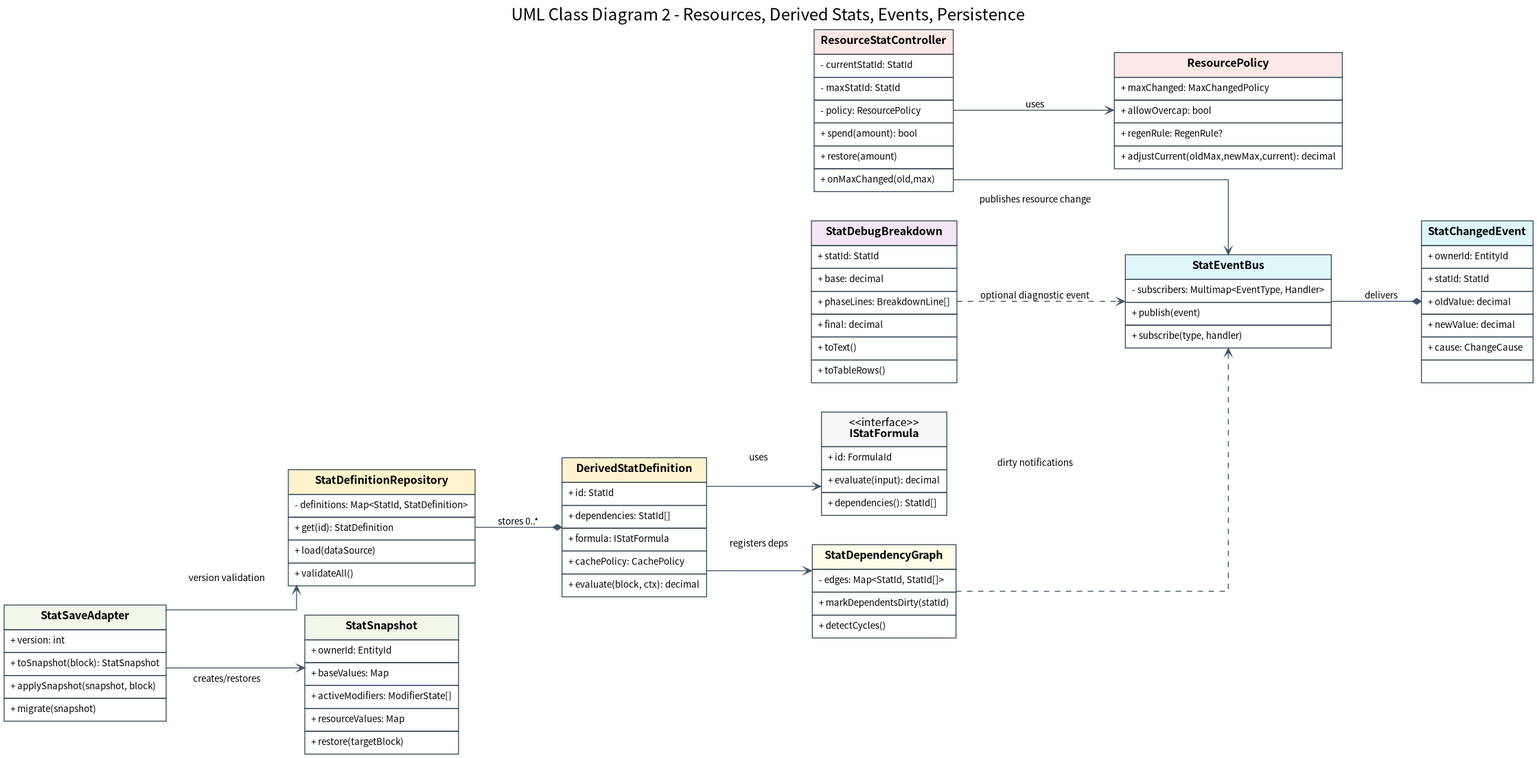
Earlier version of the Graphviz export assets/diagrams/02_extension_class_diagram.png (JY-LemongO/game-system-framework-knowledge-site). Its source is kept beside it as source/diagrams/02_extension_class_diagram.dot. Source of this version:
```dot
digraph ExtensionClassDiagram {
	graph [bgcolor=white fontname="Noto Sans CJK KR" fontsize=18 label="UML Class Diagram 2 - Resources, Derived Stats, Events, Persistence" labelloc=t nodesep=0.45 rankdir=LR ranksep=0.7 splines=ortho]
	node [fontname="Noto Sans CJK KR" shape=plain]
	edge [arrowsize=0.8 color="#425466" fontname="Noto Sans CJK KR" fontsize=10]
	StatDefinitionRepository [label=<
<TABLE BORDER="0" CELLBORDER="1" CELLSPACING="0" CELLPADDING="6" COLOR="#3B4A5A">
<TR><TD BGCOLOR="#FFF3CD"><FONT POINT-SIZE="12"><B>StatDefinitionRepository</B></FONT></TD></TR>
<TR><TD ALIGN="LEFT"><FONT POINT-SIZE="10">- definitions: Map&lt;StatId, StatDefinition&gt;</FONT></TD></TR>
<TR><TD ALIGN="LEFT"><FONT POINT-SIZE="10">+ get(id): StatDefinition</FONT></TD></TR><TR><TD ALIGN="LEFT"><FONT POINT-SIZE="10">+ load(dataSource)</FONT></TD></TR><TR><TD ALIGN="LEFT"><FONT POINT-SIZE="10">+ validateAll()</FONT></TD></TR>
</TABLE>
>]
	DerivedStatDefinition [label=<
<TABLE BORDER="0" CELLBORDER="1" CELLSPACING="0" CELLPADDING="6" COLOR="#3B4A5A">
<TR><TD BGCOLOR="#FFF3CD"><FONT POINT-SIZE="12"><B>DerivedStatDefinition</B></FONT></TD></TR>
<TR><TD ALIGN="LEFT"><FONT POINT-SIZE="10">+ id: StatId</FONT></TD></TR><TR><TD ALIGN="LEFT"><FONT POINT-SIZE="10">+ dependencies: StatId[]</FONT></TD></TR><TR><TD ALIGN="LEFT"><FONT POINT-SIZE="10">+ formula: IStatFormula</FONT></TD></TR><TR><TD ALIGN="LEFT"><FONT POINT-SIZE="10">+ cachePolicy: CachePolicy</FONT></TD></TR>
<TR><TD ALIGN="LEFT"><FONT POINT-SIZE="10">+ evaluate(block, ctx): decimal</FONT></TD></TR>
</TABLE>
>]
	IStatFormula [label=<
<TABLE BORDER="0" CELLBORDER="1" CELLSPACING="0" CELLPADDING="6" COLOR="#3B4A5A">
<TR><TD BGCOLOR="#F7F7F7"><FONT POINT-SIZE="12">&lt;&lt;interface&gt;&gt;<BR/><B>IStatFormula</B></FONT></TD></TR>
<TR><TD ALIGN="LEFT"><FONT POINT-SIZE="10">+ id: FormulaId</FONT></TD></TR>
<TR><TD ALIGN="LEFT"><FONT POINT-SIZE="10">+ evaluate(input): decimal</FONT></TD></TR><TR><TD ALIGN="LEFT"><FONT POINT-SIZE="10">+ dependencies(): StatId[]</FONT></TD></TR>
</TABLE>
>]
	ResourceController [label=<
<TABLE BORDER="0" CELLBORDER="1" CELLSPACING="0" CELLPADDING="6" COLOR="#3B4A5A">
<TR><TD BGCOLOR="#FCE8E6"><FONT POINT-SIZE="12"><B>ResourceStatController</B></FONT></TD></TR>
<TR><TD ALIGN="LEFT"><FONT POINT-SIZE="10">- currentStatId: StatId</FONT></TD></TR><TR><TD ALIGN="LEFT"><FONT POINT-SIZE="10">- maxStatId: StatId</FONT></TD></TR><TR><TD ALIGN="LEFT"><FONT POINT-SIZE="10">- policy: ResourcePolicy</FONT></TD></TR>
<TR><TD ALIGN="LEFT"><FONT POINT-SIZE="10">+ spend(amount): bool</FONT></TD></TR><TR><TD ALIGN="LEFT"><FONT POINT-SIZE="10">+ restore(amount)</FONT></TD></TR><TR><TD ALIGN="LEFT"><FONT POINT-SIZE="10">+ onMaxChanged(old,max)</FONT></TD></TR>
</TABLE>
>]
	ResourcePolicy [label=<
<TABLE BORDER="0" CELLBORDER="1" CELLSPACING="0" CELLPADDING="6" COLOR="#3B4A5A">
<TR><TD BGCOLOR="#FCE8E6"><FONT POINT-SIZE="12"><B>ResourcePolicy</B></FONT></TD></TR>
<TR><TD ALIGN="LEFT"><FONT POINT-SIZE="10">+ maxChanged: MaxChangedPolicy</FONT></TD></TR><TR><TD ALIGN="LEFT"><FONT POINT-SIZE="10">+ allowOvercap: bool</FONT></TD></TR><TR><TD ALIGN="LEFT"><FONT POINT-SIZE="10">+ regenRule: RegenRule?</FONT></TD></TR>
<TR><TD ALIGN="LEFT"><FONT POINT-SIZE="10">+ adjustCurrent(oldMax,newMax,current): decimal</FONT></TD></TR>
</TABLE>
>]
	StatEventBus [label=<
<TABLE BORDER="0" CELLBORDER="1" CELLSPACING="0" CELLPADDING="6" COLOR="#3B4A5A">
<TR><TD BGCOLOR="#E0F7FA"><FONT POINT-SIZE="12"><B>StatEventBus</B></FONT></TD></TR>
<TR><TD ALIGN="LEFT"><FONT POINT-SIZE="10">- subscribers: Multimap&lt;EventType, Handler&gt;</FONT></TD></TR>
<TR><TD ALIGN="LEFT"><FONT POINT-SIZE="10">+ publish(event)</FONT></TD></TR><TR><TD ALIGN="LEFT"><FONT POINT-SIZE="10">+ subscribe(type, handler)</FONT></TD></TR>
</TABLE>
>]
	StatChangedEvent [label=<
<TABLE BORDER="0" CELLBORDER="1" CELLSPACING="0" CELLPADDING="6" COLOR="#3B4A5A">
<TR><TD BGCOLOR="#E0F7FA"><FONT POINT-SIZE="12"><B>StatChangedEvent</B></FONT></TD></TR>
<TR><TD ALIGN="LEFT"><FONT POINT-SIZE="10">+ ownerId: EntityId</FONT></TD></TR><TR><TD ALIGN="LEFT"><FONT POINT-SIZE="10">+ statId: StatId</FONT></TD></TR><TR><TD ALIGN="LEFT"><FONT POINT-SIZE="10">+ oldValue: decimal</FONT></TD></TR><TR><TD ALIGN="LEFT"><FONT POINT-SIZE="10">+ newValue: decimal</FONT></TD></TR><TR><TD ALIGN="LEFT"><FONT POINT-SIZE="10">+ cause: ChangeCause</FONT></TD></TR>
<TR><TD ALIGN="LEFT"><FONT POINT-SIZE="10"> </FONT></TD></TR>
</TABLE>
>]
	StatSnapshot [label=<
<TABLE BORDER="0" CELLBORDER="1" CELLSPACING="0" CELLPADDING="6" COLOR="#3B4A5A">
<TR><TD BGCOLOR="#F1F8E9"><FONT POINT-SIZE="12"><B>StatSnapshot</B></FONT></TD></TR>
<TR><TD ALIGN="LEFT"><FONT POINT-SIZE="10">+ ownerId: EntityId</FONT></TD></TR><TR><TD ALIGN="LEFT"><FONT POINT-SIZE="10">+ baseValues: Map</FONT></TD></TR><TR><TD ALIGN="LEFT"><FONT POINT-SIZE="10">+ activeModifiers: ModifierState[]</FONT></TD></TR><TR><TD ALIGN="LEFT"><FONT POINT-SIZE="10">+ resourceValues: Map</FONT></TD></TR>
<TR><TD ALIGN="LEFT"><FONT POINT-SIZE="10">+ restore(targetBlock)</FONT></TD></TR>
</TABLE>
>]
	StatSaveAdapter [label=<
<TABLE BORDER="0" CELLBORDER="1" CELLSPACING="0" CELLPADDING="6" COLOR="#3B4A5A">
<TR><TD BGCOLOR="#F1F8E9"><FONT POINT-SIZE="12"><B>StatSaveAdapter</B></FONT></TD></TR>
<TR><TD ALIGN="LEFT"><FONT POINT-SIZE="10">+ version: int</FONT></TD></TR>
<TR><TD ALIGN="LEFT"><FONT POINT-SIZE="10">+ toSnapshot(block): StatSnapshot</FONT></TD></TR><TR><TD ALIGN="LEFT"><FONT POINT-SIZE="10">+ applySnapshot(snapshot, block)</FONT></TD></TR><TR><TD ALIGN="LEFT"><FONT POINT-SIZE="10">+ migrate(snapshot)</FONT></TD></TR>
</TABLE>
>]
	DebugBreakdown [label=<
<TABLE BORDER="0" CELLBORDER="1" CELLSPACING="0" CELLPADDING="6" COLOR="#3B4A5A">
<TR><TD BGCOLOR="#F3E5F5"><FONT POINT-SIZE="12"><B>StatDebugBreakdown</B></FONT></TD></TR>
<TR><TD ALIGN="LEFT"><FONT POINT-SIZE="10">+ statId: StatId</FONT></TD></TR><TR><TD ALIGN="LEFT"><FONT POINT-SIZE="10">+ base: decimal</FONT></TD></TR><TR><TD ALIGN="LEFT"><FONT POINT-SIZE="10">+ phaseLines: BreakdownLine[]</FONT></TD></TR><TR><TD ALIGN="LEFT"><FONT POINT-SIZE="10">+ final: decimal</FONT></TD></TR>
<TR><TD ALIGN="LEFT"><FONT POINT-SIZE="10">+ toText()</FONT></TD></TR><TR><TD ALIGN="LEFT"><FONT POINT-SIZE="10">+ toTableRows()</FONT></TD></TR>
</TABLE>
>]
	StatDependencyGraph [label=<
<TABLE BORDER="0" CELLBORDER="1" CELLSPACING="0" CELLPADDING="6" COLOR="#3B4A5A">
<TR><TD BGCOLOR="#FFFDE7"><FONT POINT-SIZE="12"><B>StatDependencyGraph</B></FONT></TD></TR>
<TR><TD ALIGN="LEFT"><FONT POINT-SIZE="10">- edges: Map&lt;StatId, StatId[]&gt;</FONT></TD></TR>
<TR><TD ALIGN="LEFT"><FONT POINT-SIZE="10">+ markDependentsDirty(statId)</FONT></TD></TR><TR><TD ALIGN="LEFT"><FONT POINT-SIZE="10">+ detectCycles()</FONT></TD></TR>
</TABLE>
>]
	StatDefinitionRepository -> DerivedStatDefinition [label="stores 0..*" arrowhead=diamond]
	DerivedStatDefinition -> IStatFormula [label=uses arrowhead=vee]
	DerivedStatDefinition -> StatDependencyGraph [label="registers deps" arrowhead=vee]
	ResourceController -> ResourcePolicy [label=uses arrowhead=vee]
	ResourceController -> StatEventBus [label="publishes resource change" arrowhead=vee]
	StatEventBus -> StatChangedEvent [label=delivers arrowhead=diamond]
	StatSaveAdapter -> StatSnapshot [label="creates/restores" arrowhead=vee]
	StatSaveAdapter -> StatDefinitionRepository [label="version validation" arrowhead=vee]
	DebugBreakdown -> StatEventBus [label="optional diagnostic event" arrowhead=vee style=dashed]
	StatDependencyGraph -> StatEventBus [label="dirty notifications" arrowhead=vee style=dashed]
}
```
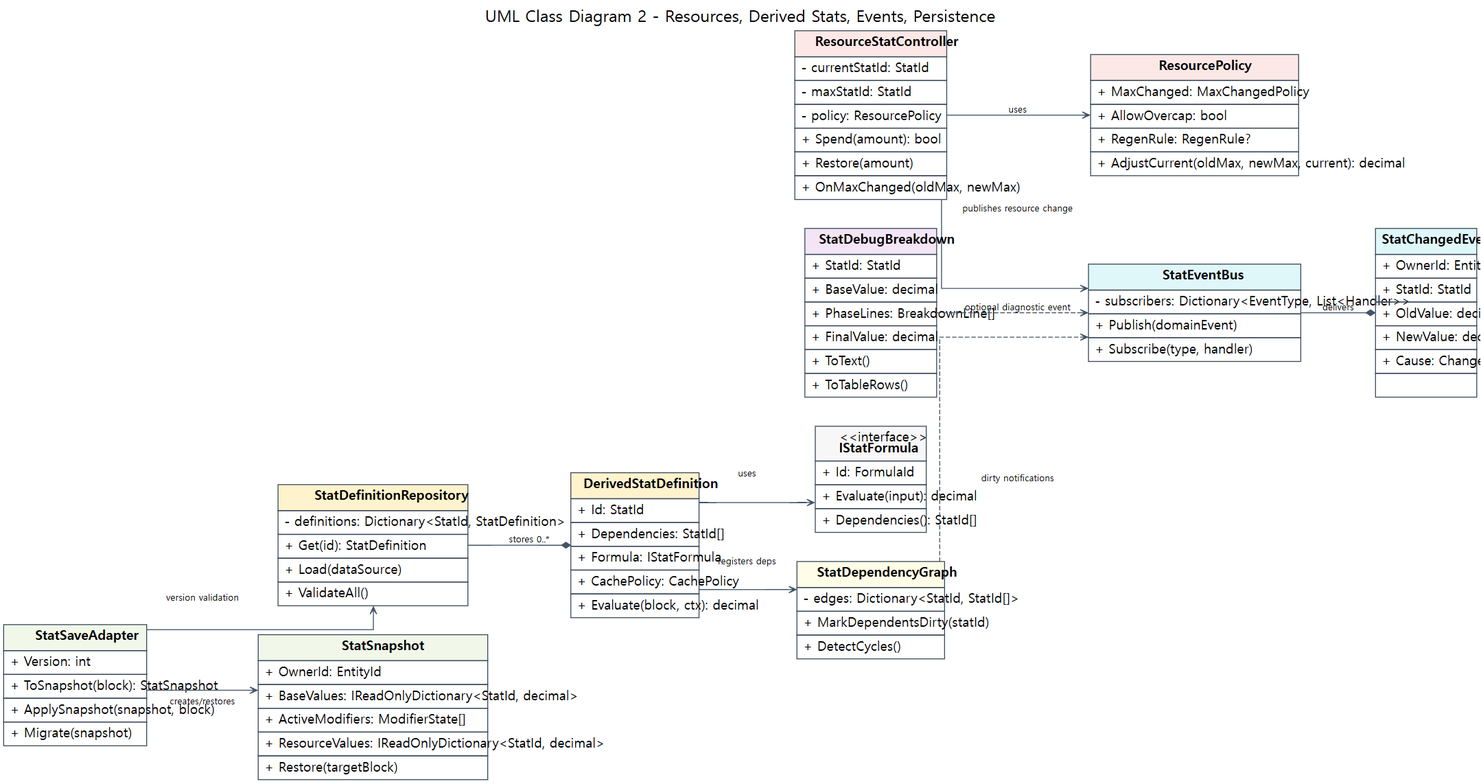
After the change.

The edit, as a diff of the source:
```diff
@@ -5,78 +5,78 @@
 	StatDefinitionRepository [label=<
 <TABLE BORDER="0" CELLBORDER="1" CELLSPACING="0" CELLPADDING="6" COLOR="#3B4A5A">
 <TR><TD BGCOLOR="#FFF3CD"><FONT POINT-SIZE="12"><B>StatDefinitionRepository</B></FONT></TD></TR>
-<TR><TD ALIGN="LEFT"><FONT POINT-SIZE="10">- definitions: Map&lt;StatId, StatDefinition&gt;</FONT></TD></TR>
-<TR><TD ALIGN="LEFT"><FONT POINT-SIZE="10">+ get(id): StatDefinition</FONT></TD></TR><TR><TD ALIGN="LEFT"><FONT POINT-SIZE="10">+ load(dataSource)</FONT></TD></TR><TR><TD ALIGN="LEFT"><FONT POINT-SIZE="10">+ validateAll()</FONT></TD></TR>
+<TR><TD ALIGN="LEFT"><FONT POINT-SIZE="10">- definitions: Dictionary&lt;StatId, StatDefinition&gt;</FONT></TD></TR>
+<TR><TD ALIGN="LEFT"><FONT POINT-SIZE="10">+ Get(id): StatDefinition</FONT></TD></TR><TR><TD ALIGN="LEFT"><FONT POINT-SIZE="10">+ Load(dataSource)</FONT></TD></TR><TR><TD ALIGN="LEFT"><FONT POINT-SIZE="10">+ ValidateAll()</FONT></TD></TR>
 </TABLE>
 >]
 	DerivedStatDefinition [label=<
 <TABLE BORDER="0" CELLBORDER="1" CELLSPACING="0" CELLPADDING="6" COLOR="#3B4A5A">
 <TR><TD BGCOLOR="#FFF3CD"><FONT POINT-SIZE="12"><B>DerivedStatDefinition</B></FONT></TD></TR>
-<TR><TD ALIGN="LEFT"><FONT POINT-SIZE="10">+ id: StatId</FONT></TD></TR><TR><TD ALIGN="LEFT"><FONT POINT-SIZE="10">+ dependencies: StatId[]</FONT></TD></TR><TR><TD ALIGN="LEFT"><FONT POINT-SIZE="10">+ formula: IStatFormula</FONT></TD></TR><TR><TD ALIGN="LEFT"><FONT POINT-SIZE="10">+ cachePolicy: CachePolicy</FONT></TD></TR>
-<TR><TD ALIGN="LEFT"><FONT POINT-SIZE="10">+ evaluate(block, ctx): decimal</FONT></TD></TR>
+<TR><TD ALIGN="LEFT"><FONT POINT-SIZE="10">+ Id: StatId</FONT></TD></TR><TR><TD ALIGN="LEFT"><FONT POINT-SIZE="10">+ Dependencies: StatId[]</FONT></TD></TR><TR><TD ALIGN="LEFT"><FONT POINT-SIZE="10">+ Formula: IStatFormula</FONT></TD></TR><TR><TD ALIGN="LEFT"><FONT POINT-SIZE="10">+ CachePolicy: CachePolicy</FONT></TD></TR>
+<TR><TD ALIGN="LEFT"><FONT POINT-SIZE="10">+ Evaluate(block, ctx): decimal</FONT></TD></TR>
 </TABLE>
 >]
 	IStatFormula [label=<
 <TABLE BORDER="0" CELLBORDER="1" CELLSPACING="0" CELLPADDING="6" COLOR="#3B4A5A">
 <TR><TD BGCOLOR="#F7F7F7"><FONT POINT-SIZE="12">&lt;&lt;interface&gt;&gt;<BR/><B>IStatFormula</B></FONT></TD></TR>
-<TR><TD ALIGN="LEFT"><FONT POINT-SIZE="10">+ id: FormulaId</FONT></TD></TR>
-<TR><TD ALIGN="LEFT"><FONT POINT-SIZE="10">+ evaluate(input): decimal</FONT></TD></TR><TR><TD ALIGN="LEFT"><FONT POINT-SIZE="10">+ dependencies(): StatId[]</FONT></TD></TR>
+<TR><TD ALIGN="LEFT"><FONT POINT-SIZE="10">+ Id: FormulaId</FONT></TD></TR>
+<TR><TD ALIGN="LEFT"><FONT POINT-SIZE="10">+ Evaluate(input): decimal</FONT></TD></TR><TR><TD ALIGN="LEFT"><FONT POINT-SIZE="10">+ Dependencies(): StatId[]</FONT></TD></TR>
 </TABLE>
 >]
 	ResourceController [label=<
 <TABLE BORDER="0" CELLBORDER="1" CELLSPACING="0" CELLPADDING="6" COLOR="#3B4A5A">
 <TR><TD BGCOLOR="#FCE8E6"><FONT POINT-SIZE="12"><B>ResourceStatController</B></FONT></TD></TR>
 <TR><TD ALIGN="LEFT"><FONT POINT-SIZE="10">- currentStatId: StatId</FONT></TD></TR><TR><TD ALIGN="LEFT"><FONT POINT-SIZE="10">- maxStatId: StatId</FONT></TD></TR><TR><TD ALIGN="LEFT"><FONT POINT-SIZE="10">- policy: ResourcePolicy</FONT></TD></TR>
-<TR><TD ALIGN="LEFT"><FONT POINT-SIZE="10">+ spend(amount): bool</FONT></TD></TR><TR><TD ALIGN="LEFT"><FONT POINT-SIZE="10">+ restore(amount)</FONT></TD></TR><TR><TD ALIGN="LEFT"><FONT POINT-SIZE="10">+ onMaxChanged(old,max)</FONT></TD></TR>
+<TR><TD ALIGN="LEFT"><FONT POINT-SIZE="10">+ Spend(amount): bool</FONT></TD></TR><TR><TD ALIGN="LEFT"><FONT POINT-SIZE="10">+ Restore(amount)</FONT></TD></TR><TR><TD ALIGN="LEFT"><FONT POINT-SIZE="10">+ OnMaxChanged(oldMax, newMax)</FONT></TD></TR>
 </TABLE>
 >]
 	ResourcePolicy [label=<
 <TABLE BORDER="0" CELLBORDER="1" CELLSPACING="0" CELLPADDING="6" COLOR="#3B4A5A">
 <TR><TD BGCOLOR="#FCE8E6"><FONT POINT-SIZE="12"><B>ResourcePolicy</B></FONT></TD></TR>
-<TR><TD ALIGN="LEFT"><FONT POINT-SIZE="10">+ maxChanged: MaxChangedPolicy</FONT></TD></TR><TR><TD ALIGN="LEFT"><FONT POINT-SIZE="10">+ allowOvercap: bool</FONT></TD></TR><TR><TD ALIGN="LEFT"><FONT POINT-SIZE="10">+ regenRule: RegenRule?</FONT></TD></TR>
-<TR><TD ALIGN="LEFT"><FONT POINT-SIZE="10">+ adjustCurrent(oldMax,newMax,current): decimal</FONT></TD></TR>
+<TR><TD ALIGN="LEFT"><FONT POINT-SIZE="10">+ MaxChanged: MaxChangedPolicy</FONT></TD></TR><TR><TD ALIGN="LEFT"><FONT POINT-SIZE="10">+ AllowOvercap: bool</FONT></TD></TR><TR><TD ALIGN="LEFT"><FONT POINT-SIZE="10">+ RegenRule: RegenRule?</FONT></TD></TR>
+<TR><TD ALIGN="LEFT"><FONT POINT-SIZE="10">+ AdjustCurrent(oldMax, newMax, current): decimal</FONT></TD></TR>
 </TABLE>
 >]
 	StatEventBus [label=<
 <TABLE BORDER="0" CELLBORDER="1" CELLSPACING="0" CELLPADDING="6" COLOR="#3B4A5A">
 <TR><TD BGCOLOR="#E0F7FA"><FONT POINT-SIZE="12"><B>StatEventBus</B></FONT></TD></TR>
-<TR><TD ALIGN="LEFT"><FONT POINT-SIZE="10">- subscribers: Multimap&lt;EventType, Handler&gt;</FONT></TD></TR>
-<TR><TD ALIGN="LEFT"><FONT POINT-SIZE="10">+ publish(event)</FONT></TD></TR><TR><TD ALIGN="LEFT"><FONT POINT-SIZE="10">+ subscribe(type, handler)</FONT></TD></TR>
+<TR><TD ALIGN="LEFT"><FONT POINT-SIZE="10">- subscribers: Dictionary&lt;EventType, List&lt;Handler&gt;&gt;</FONT></TD></TR>
+<TR><TD ALIGN="LEFT"><FONT POINT-SIZE="10">+ Publish(domainEvent)</FONT></TD></TR><TR><TD ALIGN="LEFT"><FONT POINT-SIZE="10">+ Subscribe(type, handler)</FONT></TD></TR>
 </TABLE>
 >]
 	StatChangedEvent [label=<
 <TABLE BORDER="0" CELLBORDER="1" CELLSPACING="0" CELLPADDING="6" COLOR="#3B4A5A">
 <TR><TD BGCOLOR="#E0F7FA"><FONT POINT-SIZE="12"><B>StatChangedEvent</B></FONT></TD></TR>
-<TR><TD ALIGN="LEFT"><FONT POINT-SIZE="10">+ ownerId: EntityId</FONT></TD></TR><TR><TD ALIGN="LEFT"><FONT POINT-SIZE="10">+ statId: StatId</FONT></TD></TR><TR><TD ALIGN="LEFT"><FONT POINT-SIZE="10">+ oldValue: decimal</FONT></TD></TR><TR><TD ALIGN="LEFT"><FONT POINT-SIZE="10">+ newValue: decimal</FONT></TD></TR><TR><TD ALIGN="LEFT"><FONT POINT-SIZE="10">+ cause: ChangeCause</FONT></TD></TR>
+<TR><TD ALIGN="LEFT"><FONT POINT-SIZE="10">+ OwnerId: EntityId</FONT></TD></TR><TR><TD ALIGN="LEFT"><FONT POINT-SIZE="10">+ StatId: StatId</FONT></TD></TR><TR><TD ALIGN="LEFT"><FONT POINT-SIZE="10">+ OldValue: decimal</FONT></TD></TR><TR><TD ALIGN="LEFT"><FONT POINT-SIZE="10">+ NewValue: decimal</FONT></TD></TR><TR><TD ALIGN="LEFT"><FONT POINT-SIZE="10">+ Cause: ChangeCause</FONT></TD></TR>
 <TR><TD ALIGN="LEFT"><FONT POINT-SIZE="10"> </FONT></TD></TR>
 </TABLE>
 >]
 	StatSnapshot [label=<
 <TABLE BORDER="0" CELLBORDER="1" CELLSPACING="0" CELLPADDING="6" COLOR="#3B4A5A">
 <TR><TD BGCOLOR="#F1F8E9"><FONT POINT-SIZE="12"><B>StatSnapshot</B></FONT></TD></TR>
-<TR><TD ALIGN="LEFT"><FONT POINT-SIZE="10">+ ownerId: EntityId</FONT></TD></TR><TR><TD ALIGN="LEFT"><FONT POINT-SIZE="10">+ baseValues: Map</FONT></TD></TR><TR><TD ALIGN="LEFT"><FONT POINT-SIZE="10">+ activeModifiers: ModifierState[]</FONT></TD></TR><TR><TD ALIGN="LEFT"><FONT POINT-SIZE="10">+ resourceValues: Map</FONT></TD></TR>
-<TR><TD ALIGN="LEFT"><FONT POINT-SIZE="10">+ restore(targetBlock)</FONT></TD></TR>
+<TR><TD ALIGN="LEFT"><FONT POINT-SIZE="10">+ OwnerId: EntityId</FONT></TD></TR><TR><TD ALIGN="LEFT"><FONT POINT-SIZE="10">+ BaseValues: IReadOnlyDictionary&lt;StatId, decimal&gt;</FONT></TD></TR><TR><TD ALIGN="LEFT"><FONT POINT-SIZE="10">+ ActiveModifiers: ModifierState[]</FONT></TD></TR><TR><TD ALIGN="LEFT"><FONT POINT-SIZE="10">+ ResourceValues: IReadOnlyDictionary&lt;StatId, decimal&gt;</FONT></TD></TR>
+<TR><TD ALIGN="LEFT"><FONT POINT-SIZE="10">+ Restore(targetBlock)</FONT></TD></TR>
 </TABLE>
 >]
 	StatSaveAdapter [label=<
 <TABLE BORDER="0" CELLBORDER="1" CELLSPACING="0" CELLPADDING="6" COLOR="#3B4A5A">
 <TR><TD BGCOLOR="#F1F8E9"><FONT POINT-SIZE="12"><B>StatSaveAdapter</B></FONT></TD></TR>
-<TR><TD ALIGN="LEFT"><FONT POINT-SIZE="10">+ version: int</FONT></TD></TR>
-<TR><TD ALIGN="LEFT"><FONT POINT-SIZE="10">+ toSnapshot(block): StatSnapshot</FONT></TD></TR><TR><TD ALIGN="LEFT"><FONT POINT-SIZE="10">+ applySnapshot(snapshot, block)</FONT></TD></TR><TR><TD ALIGN="LEFT"><FONT POINT-SIZE="10">+ migrate(snapshot)</FONT></TD></TR>
+<TR><TD ALIGN="LEFT"><FONT POINT-SIZE="10">+ Version: int</FONT></TD></TR>
+<TR><TD ALIGN="LEFT"><FONT POINT-SIZE="10">+ ToSnapshot(block): StatSnapshot</FONT></TD></TR><TR><TD ALIGN="LEFT"><FONT POINT-SIZE="10">+ ApplySnapshot(snapshot, block)</FONT></TD></TR><TR><TD ALIGN="LEFT"><FONT POINT-SIZE="10">+ Migrate(snapshot)</FONT></TD></TR>
 </TABLE>
 >]
 	DebugBreakdown [label=<
 <TABLE BORDER="0" CELLBORDER="1" CELLSPACING="0" CELLPADDING="6" COLOR="#3B4A5A">
 <TR><TD BGCOLOR="#F3E5F5"><FONT POINT-SIZE="12"><B>StatDebugBreakdown</B></FONT></TD></TR>
-<TR><TD ALIGN="LEFT"><FONT POINT-SIZE="10">+ statId: StatId</FONT></TD></TR><TR><TD ALIGN="LEFT"><FONT POINT-SIZE="10">+ base: decimal</FONT></TD></TR><TR><TD ALIGN="LEFT"><FONT POINT-SIZE="10">+ phaseLines: BreakdownLine[]</FONT></TD></TR><TR><TD ALIGN="LEFT"><FONT POINT-SIZE="10">+ final: decimal</FONT></TD></TR>
-<TR><TD ALIGN="LEFT"><FONT POINT-SIZE="10">+ toText()</FONT></TD></TR><TR><TD ALIGN="LEFT"><FONT POINT-SIZE="10">+ toTableRows()</FONT></TD></TR>
+<TR><TD ALIGN="LEFT"><FONT POINT-SIZE="10">+ StatId: StatId</FONT></TD></TR><TR><TD ALIGN="LEFT"><FONT POINT-SIZE="10">+ BaseValue: decimal</FONT></TD></TR><TR><TD ALIGN="LEFT"><FONT POINT-SIZE="10">+ PhaseLines: BreakdownLine[]</FONT></TD></TR><TR><TD ALIGN="LEFT"><FONT POINT-SIZE="10">+ FinalValue: decimal</FONT></TD></TR>
+<TR><TD ALIGN="LEFT"><FONT POINT-SIZE="10">+ ToText()</FONT></TD></TR><TR><TD ALIGN="LEFT"><FONT POINT-SIZE="10">+ ToTableRows()</FONT></TD></TR>
 </TABLE>
 >]
 	StatDependencyGraph [label=<
 <TABLE BORDER="0" CELLBORDER="1" CELLSPACING="0" CELLPADDING="6" COLOR="#3B4A5A">
 <TR><TD BGCOLOR="#FFFDE7"><FONT POINT-SIZE="12"><B>StatDependencyGraph</B></FONT></TD></TR>
-<TR><TD ALIGN="LEFT"><FONT POINT-SIZE="10">- edges: Map&lt;StatId, StatId[]&gt;</FONT></TD></TR>
-<TR><TD ALIGN="LEFT"><FONT POINT-SIZE="10">+ markDependentsDirty(statId)</FONT></TD></TR><TR><TD ALIGN="LEFT"><FONT POINT-SIZE="10">+ detectCycles()</FONT></TD></TR>
+<TR><TD ALIGN="LEFT"><FONT POINT-SIZE="10">- edges: Dictionary&lt;StatId, StatId[]&gt;</FONT></TD></TR>
+<TR><TD ALIGN="LEFT"><FONT POINT-SIZE="10">+ MarkDependentsDirty(statId)</FONT></TD></TR><TR><TD ALIGN="LEFT"><FONT POINT-SIZE="10">+ DetectCycles()</FONT></TD></TR>
 </TABLE>
 >]
 	StatDefinitionRepository -> DerivedStatDefinition [label="stores 0..*" arrowhead=diamond]
```
